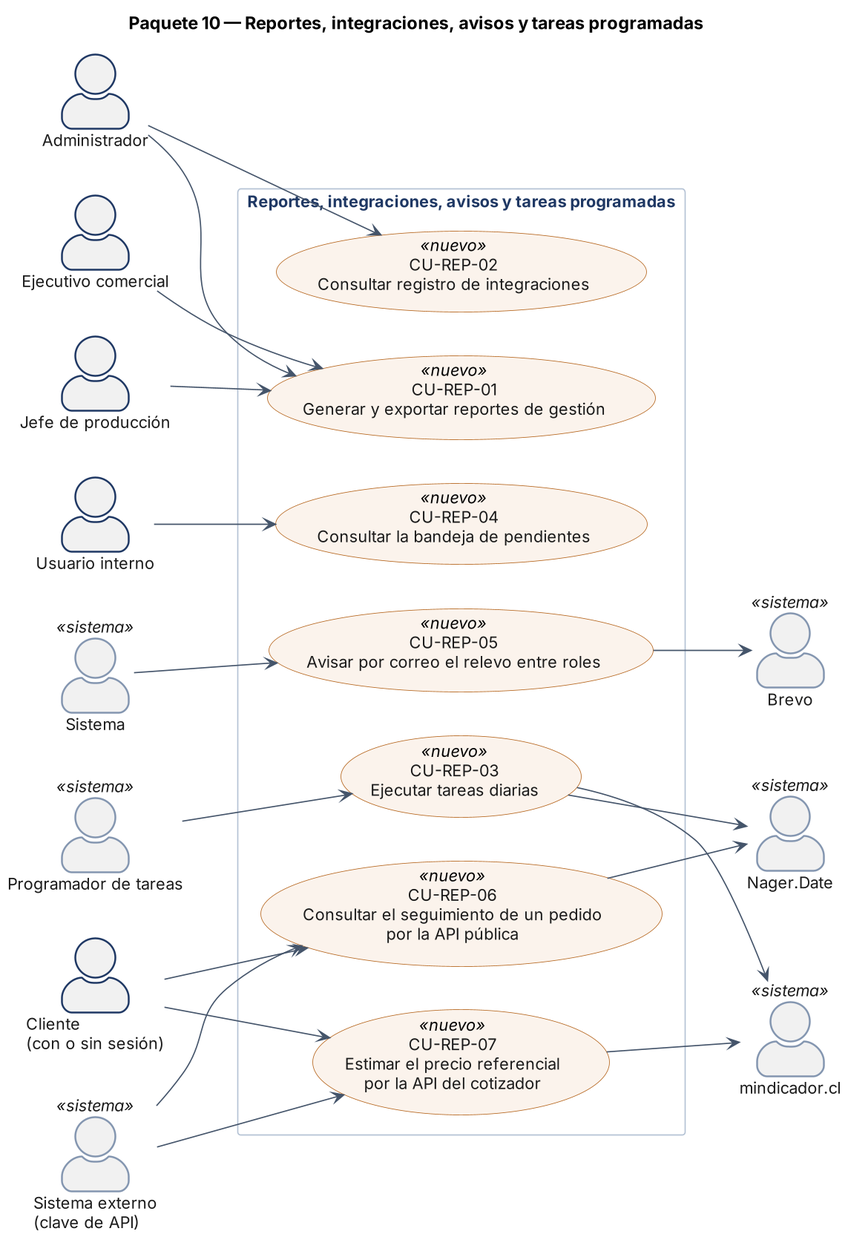
Before: Fase 2/Evidencias Proyecto/Evidencias de documentación/3. Análisis y diseño/SITRAFO_Diagramas_Casos_de_Uso/Diagramas de casos de uso/CU_P10_REP.png, a diagram exported from PlantUML (benjamindelgado-dev/SITRAFO).
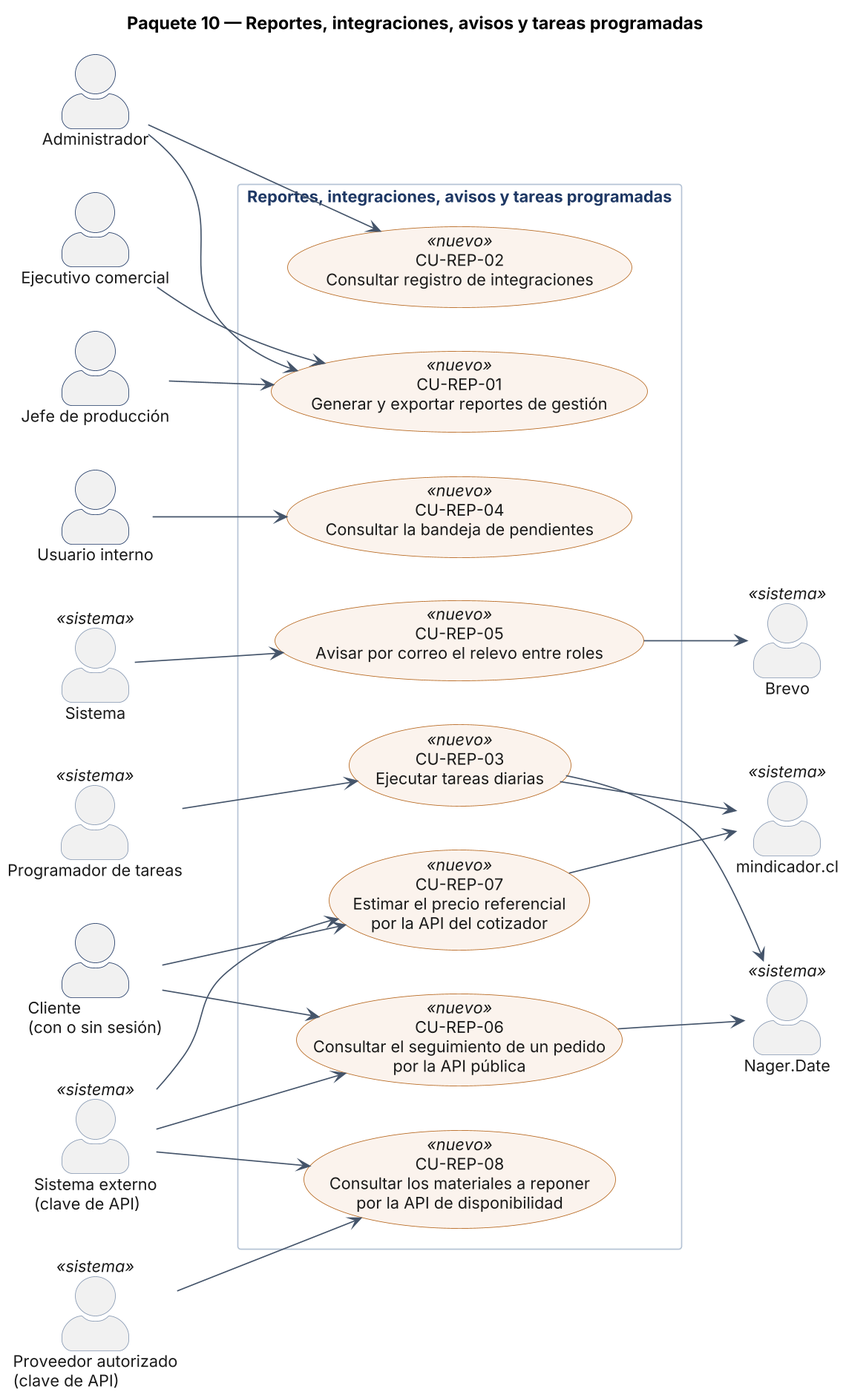
After the commit.

Commit message:
Docs: ERS-01 v1.3, CU-01 v2.4 e HU-17 con la API de materiales - Camila Olivares

Change to the diagram source:
```diff
@@ -12,6 +12,7 @@
 actor "Nager.Date" as FER <<sistema>>
 actor "Cliente\n(con o sin sesión)" as CLI
 actor "Sistema externo\n(clave de API)" as EXT <<sistema>>
+actor "Proveedor autorizado\n(clave de API)" as PROV <<sistema>>
 rectangle "Reportes, integraciones, avisos y tareas programadas" {
   usecase "CU-REP-01\nGenerar y exportar reportes de gestión" as CU_REP_01 <<nuevo>>
   usecase "CU-REP-02\nConsultar registro de integraciones" as CU_REP_02 <<nuevo>>
@@ -20,6 +21,7 @@
   usecase "CU-REP-05\nAvisar por correo el relevo entre roles" as CU_REP_05 <<nuevo>>
   usecase "CU-REP-06\nConsultar el seguimiento de un pedido\npor la API pública" as CU_REP_06 <<nuevo>>
   usecase "CU-REP-07\nEstimar el precio referencial\npor la API del cotizador" as CU_REP_07 <<nuevo>>
+  usecase "CU-REP-08\nConsultar los materiales a reponer\npor la API de disponibilidad" as CU_REP_08 <<nuevo>>
 }
 ADM --> CU_REP_01
 EJE --> CU_REP_01
@@ -37,4 +39,6 @@
 EXT --> CU_REP_07
 CU_REP_06 --> FER
 CU_REP_07 --> UF
+PROV --> CU_REP_08
+EXT --> CU_REP_08
 @enduml
```
